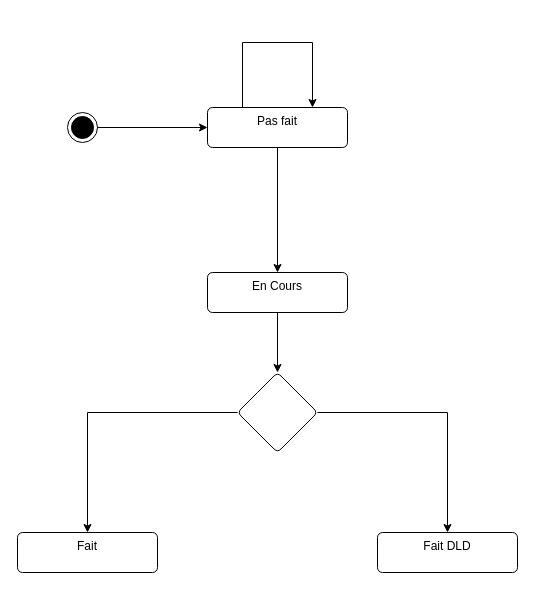
Before: etat_transit_instruction.drawio in CabrelFeukeng/pp, a draw.io diagram. Source tidied: cells renumbered, new cells numbered last; positions are measured from the earlier drawing's top-left corner, leaving out a move shared by most shapes. Both pictures are drawn from the tidied source at 100%, with x=0, y=0 at pixel (17, 42).
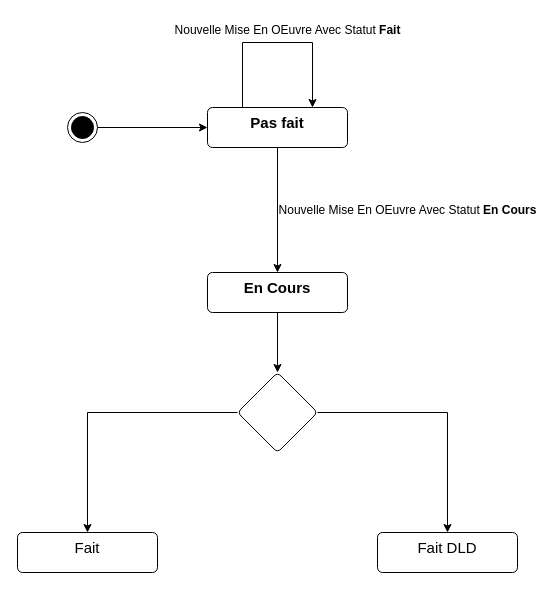
Above is the later version.

Commit message (it also covers changes not shown here):
Mettre à jour etat_transit_instruction.drawio

Change to the diagram source:
```diff
@@
 <mxGraphModel>
   <root>
     <mxCell id="0" />
     <mxCell id="1" parent="0" />
     <mxCell id="2" style="edgeStyle=orthogonalEdgeStyle;rounded=0;jettySize=auto;html=1;" parent="1" edge="1" source="3" target="5">
       <mxGeometry relative="1" as="geometry" />
     </mxCell>
-    <mxCell id="3" value="Pas fait" style="html=1;align=center;verticalAlign=top;rounded=1;absoluteArcSize=1;arcSize=10;dashed=0;whiteSpace=wrap;" parent="1" vertex="1">
+    <mxCell id="3" value="&lt;b&gt;&lt;font style=&quot;font-size: 15px;&quot;&gt;Pas fait&lt;/font&gt;&lt;/b&gt;" style="html=1;align=center;verticalAlign=top;rounded=1;absoluteArcSize=1;arcSize=10;dashed=0;whiteSpace=wrap;" parent="1" vertex="1">
       <mxGeometry x="190" y="65" width="140" height="40" as="geometry" />
     </mxCell>
     <mxCell id="4" style="edgeStyle=orthogonalEdgeStyle;rounded=0;jettySize=auto;html=1;" parent="1" edge="1" source="5" target="12">
       <mxGeometry relative="1" as="geometry" />
     </mxCell>
-    <mxCell id="5" value="En Cours" style="html=1;align=center;verticalAlign=top;rounded=1;absoluteArcSize=1;arcSize=10;dashed=0;whiteSpace=wrap;" parent="1" vertex="1">
+    <mxCell id="5" value="&lt;b&gt;&lt;font style=&quot;font-size: 15px;&quot;&gt;En Cours&lt;/font&gt;&lt;/b&gt;" style="html=1;align=center;verticalAlign=top;rounded=1;absoluteArcSize=1;arcSize=10;dashed=0;whiteSpace=wrap;" parent="1" vertex="1">
       <mxGeometry x="190" y="230" width="140" height="40" as="geometry" />
     </mxCell>
-    <mxCell id="6" value="Fait" style="html=1;align=center;verticalAlign=top;rounded=1;absoluteArcSize=1;arcSize=10;dashed=0;whiteSpace=wrap;" parent="1" vertex="1">
+    <mxCell id="6" value="&lt;font style=&quot;font-size: 15px;&quot;&gt;Fait&lt;/font&gt;" style="html=1;align=center;verticalAlign=top;rounded=1;absoluteArcSize=1;arcSize=10;dashed=0;whiteSpace=wrap;" parent="1" vertex="1">
       <mxGeometry y="490" width="140" height="40" as="geometry" />
     </mxCell>
-    <mxCell id="7" value="Fait DLD" style="html=1;align=center;verticalAlign=top;rounded=1;absoluteArcSize=1;arcSize=10;dashed=0;whiteSpace=wrap;" parent="1" vertex="1">
+    <mxCell id="7" value="&lt;font style=&quot;font-size: 15px;&quot;&gt;Fait DLD&lt;/font&gt;" style="html=1;align=center;verticalAlign=top;rounded=1;absoluteArcSize=1;arcSize=10;dashed=0;whiteSpace=wrap;" parent="1" vertex="1">
       <mxGeometry x="360" y="490" width="140" height="40" as="geometry" />
     </mxCell>
     <mxCell id="8" style="edgeStyle=orthogonalEdgeStyle;rounded=0;jettySize=auto;html=1;entryX=0;entryY=0.5;entryDx=0;entryDy=0;" parent="1" edge="1" source="9" target="3">
       <mxGeometry relative="1" as="geometry" />
     </mxCell>
     <mxCell id="9" style="ellipse;html=1;shape=endState;fillColor=strokeColor;" parent="1" vertex="1">
       <mxGeometry x="50" y="70" width="30" height="30" as="geometry" />
     </mxCell>
     <mxCell id="10" style="edgeStyle=orthogonalEdgeStyle;rounded=0;jettySize=auto;html=1;entryX=0.5;entryY=0;entryDx=0;entryDy=0;" parent="1" edge="1" source="12" target="6">
       <mxGeometry relative="1" as="geometry" />
     </mxCell>
     <mxCell id="11" style="edgeStyle=orthogonalEdgeStyle;rounded=0;jettySize=auto;html=1;" parent="1" edge="1" source="12" target="7">
       <mxGeometry relative="1" as="geometry" />
     </mxCell>
     <mxCell id="12" style="rhombus;whiteSpace=wrap;html=1;verticalAlign=top;rounded=1;arcSize=10;dashed=0;" parent="1" vertex="1">
       <mxGeometry x="220" y="330" width="80" height="80" as="geometry" />
     </mxCell>
     <mxCell id="13" style="edgeStyle=orthogonalEdgeStyle;rounded=0;orthogonalLoop=1;jettySize=auto;html=1;exitX=0.25;exitY=0;exitDx=0;exitDy=0;entryX=0.75;entryY=0;entryDx=0;entryDy=0;" parent="1" edge="1" source="3" target="3">
       <mxGeometry relative="1" as="geometry">
         <Array as="points">
           <mxPoint x="225" />
           <mxPoint x="295" />
         </Array>
       </mxGeometry>
     </mxCell>
+    <mxCell id="14" value="&lt;span style=&quot;font-weight: normal;&quot;&gt;Nouvelle Mise En OEuvre Avec Statut &lt;/span&gt;Fait" style="text;align=center;fontStyle=1;verticalAlign=middle;spacingLeft=3;spacingRight=3;strokeColor=none;html=1;" parent="1" vertex="1">
+      <mxGeometry x="140" y="-25" width="260" height="26" as="geometry" />
+    </mxCell>
+    <mxCell id="15" value="&lt;span style=&quot;font-weight: normal;&quot;&gt;Nouvelle Mise En OEuvre Avec Statut &lt;/span&gt;En Cours" style="text;align=center;fontStyle=1;verticalAlign=middle;spacingLeft=3;spacingRight=3;strokeColor=none;html=1;" parent="1" vertex="1">
+      <mxGeometry x="260" y="155" width="260" height="26" as="geometry" />
+    </mxCell>
   </root>
 </mxGraphModel>
```
